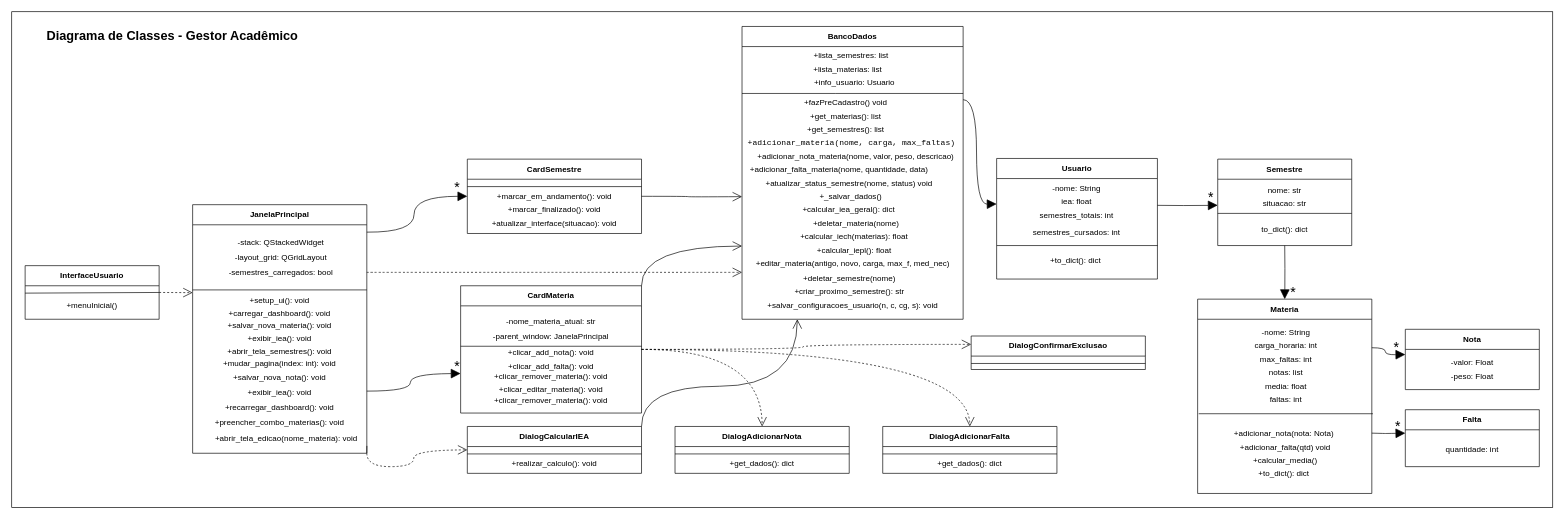
Earlier version of the draw.io diagram docs/Diagrama de Classes/Diagrama de Classes.drawio (renancorreia27/Gestor-Academico). Source tidied: cells renumbered, new cells numbered last; positions are measured from the earlier drawing's top-left corner, leaving out a move shared by most shapes. Both pictures are drawn from the tidied source at 67%, with x=0, y=0 at pixel (11, 11).
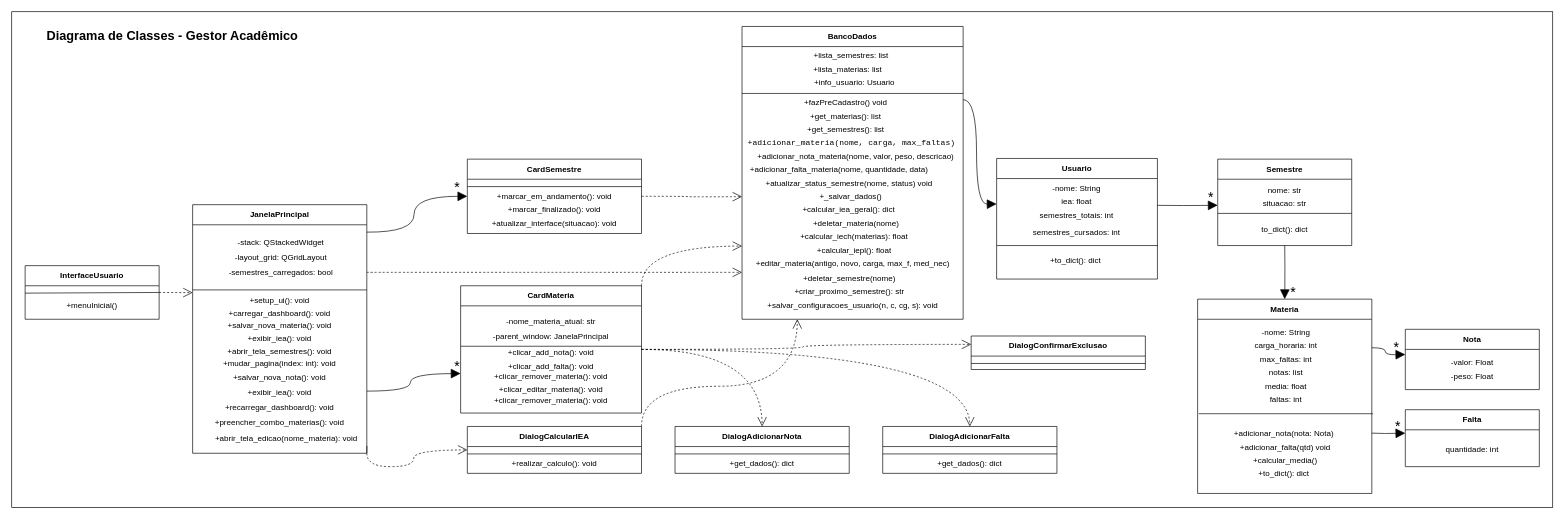
After the change.

Commit message (it also covers changes not shown here):
Correção das setas de relações

The change refers to these unchanged cells:
```xml
<mxCell id="4" style="group;" parent="2" vertex="1">
  <mxGeometry x="20" y="219" width="2260" height="540" as="geometry" />
</mxCell>
<mxCell id="36" value="CardMateria" style="swimlane;whiteSpace=wrap;html=1;startSize=30;" parent="34" vertex="1">
  <mxGeometry width="270" height="190" as="geometry" />
</mxCell>
<mxCell id="45" style="group;" parent="4" vertex="1">
  <mxGeometry x="660" y="1" width="260" height="111" as="geometry" />
</mxCell>
<mxCell id="47" value="CardSemestre" style="swimlane;whiteSpace=wrap;html=1;startSize=30;" parent="45" vertex="1">
  <mxGeometry width="260" height="111" as="geometry" />
</mxCell>
<mxCell id="53" value="DialogCalcularIEA" style="swimlane;whiteSpace=wrap;html=1;startSize=30;" parent="52" vertex="1">
  <mxGeometry width="260" height="70" as="geometry" />
</mxCell>
<mxCell id="73" value="BancoDados" style="swimlane;whiteSpace=wrap;html=1;startSize=30;" parent="4" vertex="1">
  <mxGeometry x="1070" y="-197" width="330" height="437" as="geometry" />
</mxCell>
```

Change to the diagram source:
```diff
@@
-    <mxCell id="46" style="edgeStyle=orthogonalEdgeStyle;shape=connector;curved=1;rounded=0;jettySize=auto;html=1;exitX=1;exitY=0.5;exitDx=0;exitDy=0;strokeColor=default;align=center;verticalAlign=middle;fontFamily=Helvetica;fontSize=11;fontColor=default;labelBackgroundColor=default;endArrow=open;endSize=12;" parent="45" edge="1" source="47">
+    <mxCell id="46" style="edgeStyle=orthogonalEdgeStyle;shape=connector;curved=1;rounded=0;jettySize=auto;html=1;exitX=1;exitY=0.5;exitDx=0;exitDy=0;strokeColor=default;align=center;verticalAlign=middle;fontFamily=Helvetica;fontSize=11;fontColor=default;labelBackgroundColor=default;endArrow=open;endSize=12;dashed=1;" parent="45" edge="1" source="47">
       <mxGeometry relative="1" as="geometry">
         <mxPoint x="410" y="56" as="targetPoint" />
       </mxGeometry>
     </mxCell>
@@
-    <mxCell id="97" style="edgeStyle=orthogonalEdgeStyle;shape=connector;curved=1;rounded=0;jettySize=auto;html=1;exitX=1;exitY=0;exitDx=0;exitDy=0;entryX=0;entryY=0.75;entryDx=0;entryDy=0;strokeColor=default;align=center;verticalAlign=middle;fontFamily=Helvetica;fontSize=11;fontColor=default;labelBackgroundColor=default;endArrow=open;endSize=12;" parent="4" edge="1" source="36" target="73">
+    <mxCell id="97" style="edgeStyle=orthogonalEdgeStyle;shape=connector;curved=1;rounded=0;jettySize=auto;html=1;exitX=1;exitY=0;exitDx=0;exitDy=0;entryX=0;entryY=0.75;entryDx=0;entryDy=0;strokeColor=default;align=center;verticalAlign=middle;fontFamily=Helvetica;fontSize=11;fontColor=default;labelBackgroundColor=default;endArrow=open;endSize=12;dashed=1;" parent="4" edge="1" source="36" target="73">
       <mxGeometry relative="1" as="geometry" />
     </mxCell>
-    <mxCell id="98" style="edgeStyle=orthogonalEdgeStyle;shape=connector;curved=1;rounded=0;jettySize=auto;html=1;exitX=1;exitY=0;exitDx=0;exitDy=0;strokeColor=default;align=center;verticalAlign=middle;fontFamily=Helvetica;fontSize=11;fontColor=default;labelBackgroundColor=default;endArrow=open;endSize=12;entryX=0.25;entryY=1;entryDx=0;entryDy=0;" parent="4" edge="1" source="53" target="73">
+    <mxCell id="98" style="edgeStyle=orthogonalEdgeStyle;shape=connector;curved=1;rounded=0;jettySize=auto;html=1;exitX=1;exitY=0;exitDx=0;exitDy=0;strokeColor=default;align=center;verticalAlign=middle;fontFamily=Helvetica;fontSize=11;fontColor=default;labelBackgroundColor=default;endArrow=open;endSize=12;entryX=0.25;entryY=1;entryDx=0;entryDy=0;dashed=1;" parent="4" edge="1" source="53" target="73">
       <mxGeometry relative="1" as="geometry">
         <Array as="points">
           <mxPoint x="920" y="340" />
           <mxPoint x="1153" y="340" />
         </Array>
       </mxGeometry>
     </mxCell>
```
